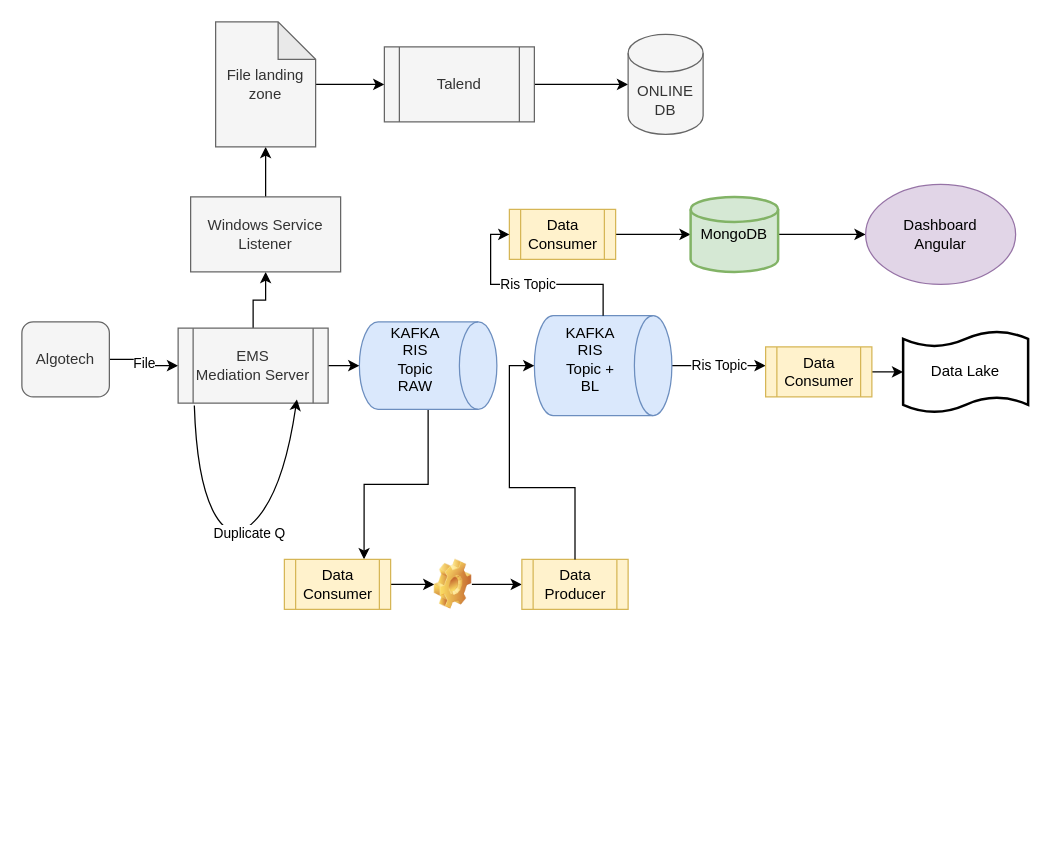
itaybaran/drawing keeps this draw.io diagram as ris_nrt.drawio. Above is the earlier version. Source tidied: cells renumbered, new cells numbered last; positions are measured from the earlier drawing's top-left corner, leaving out a move shared by most shapes. Both pictures are drawn from the tidied source at 125%, with x=0, y=0 at pixel (21, 21).
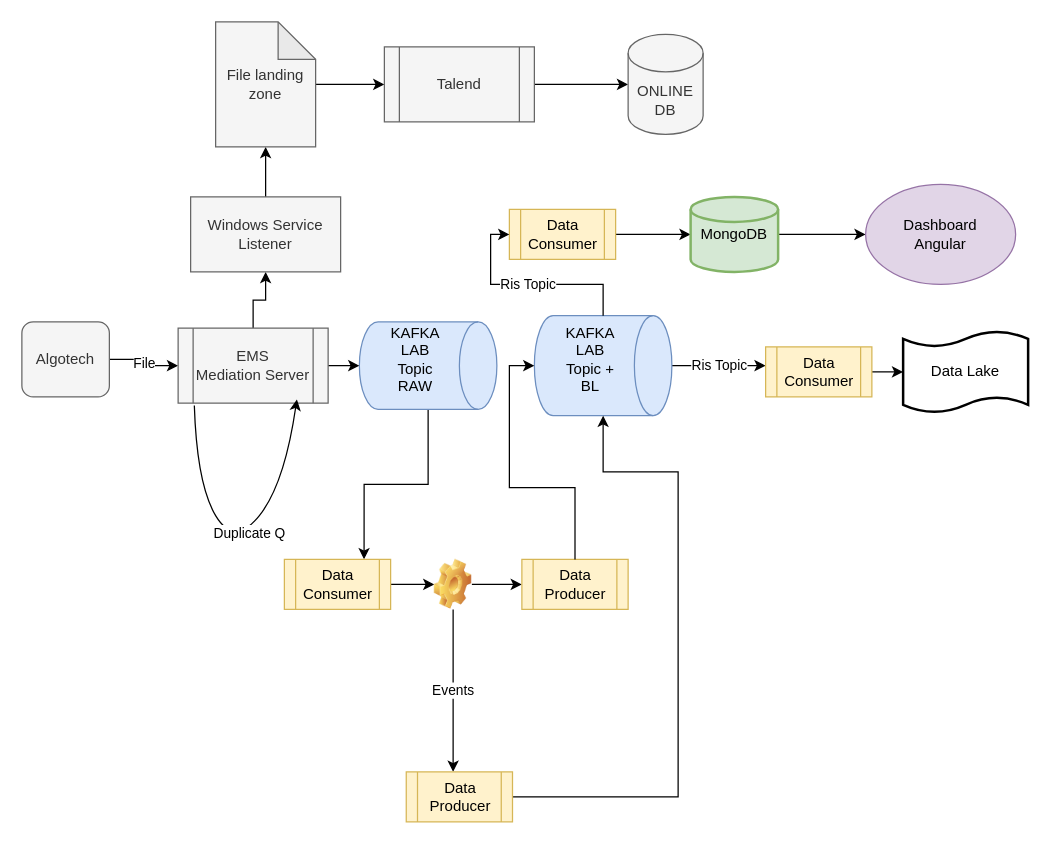
After the change.

The change refers to these unchanged cells:
```xml
<mxCell id="12" style="shape=cylinder3;whiteSpace=wrap;html=1;boundedLbl=1;backgroundOutline=1;size=15;rotation=90;align=center;verticalAlign=middle;fillColor=#dae8fc;strokeColor=#6c8ebf;" parent="1" vertex="1">
  <mxGeometry x="425" y="220" width="80" height="110" as="geometry" />
</mxCell>
<mxCell id="33" style="shape=image;html=1;verticalLabelPosition=bottom;verticalAlign=top;imageAspect=0;image=img/clipart/Gear_128x128.png;" parent="1" vertex="1">
  <mxGeometry x="330" y="430" width="30" height="40" as="geometry" />
</mxCell>
```

What changed in the source:
```diff
@@
-    <mxCell id="13" value="KAFKA&lt;br&gt;RIS Topic RAW" style="text;html=1;strokeColor=none;fillColor=none;align=center;verticalAlign=middle;whiteSpace=wrap;rounded=0;" parent="1" vertex="1">
+    <mxCell id="13" value="KAFKA&lt;br&gt;LAB Topic RAW" style="text;html=1;strokeColor=none;fillColor=none;align=center;verticalAlign=middle;whiteSpace=wrap;rounded=0;" parent="1" vertex="1">
       <mxGeometry x="295" y="260" width="40" height="20" as="geometry" />
     </mxCell>
@@
-    <mxCell id="29" value="KAFKA&lt;br&gt;RIS Topic + BL" style="text;html=1;strokeColor=none;fillColor=none;align=center;verticalAlign=middle;whiteSpace=wrap;rounded=0;" parent="1" vertex="1">
+    <mxCell id="29" value="KAFKA&lt;br&gt;LAB Topic + BL" style="text;html=1;strokeColor=none;fillColor=none;align=center;verticalAlign=middle;whiteSpace=wrap;rounded=0;" parent="1" vertex="1">
       <mxGeometry x="435" y="260" width="40" height="20" as="geometry" />
     </mxCell>
@@
+    <mxCell id="37" value="Events" style="edgeStyle=orthogonalEdgeStyle;rounded=0;jettySize=auto;html=1;exitX=0.5;exitY=1;exitDx=0;exitDy=0;" parent="1" edge="1" source="33">
+      <mxGeometry relative="1" as="geometry">
+        <mxPoint x="345" y="600" as="targetPoint" />
+        <Array as="points">
+          <mxPoint x="345" y="560" />
+          <mxPoint x="345" y="560" />
+        </Array>
+      </mxGeometry>
+    </mxCell>
+    <mxCell id="38" style="edgeStyle=orthogonalEdgeStyle;rounded=0;jettySize=auto;html=1;" parent="1" edge="1" source="39" target="12">
+      <mxGeometry relative="1" as="geometry">
+        <Array as="points">
+          <mxPoint x="525" y="620" />
+          <mxPoint x="525" y="360" />
+          <mxPoint x="465" y="360" />
+        </Array>
+      </mxGeometry>
+    </mxCell>
+    <mxCell id="39" value="Data Producer" style="shape=process;whiteSpace=wrap;html=1;backgroundOutline=1;verticalAlign=middle;fillColor=#fff2cc;strokeColor=#d6b656;" parent="1" vertex="1">
+      <mxGeometry x="307.5" y="600" width="85" height="40" as="geometry" />
+    </mxCell>
```
